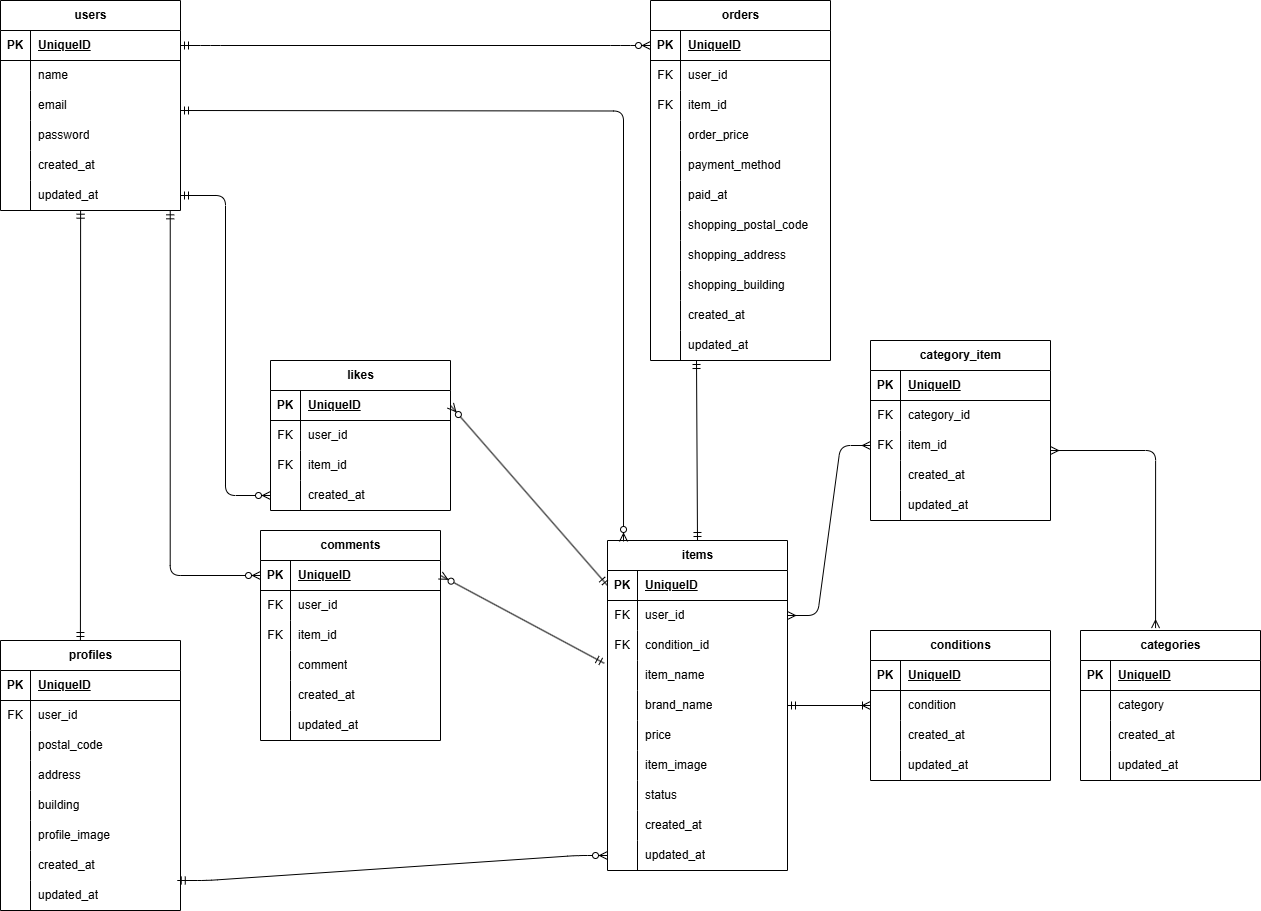
Earlier version of the draw.io export flea.drawio.png (kenta-10043/coachtech-flea). Source tidied: cells renumbered, new cells last; positions are measured from the earlier drawing's top-left corner, leaving out a move shared by most shapes.
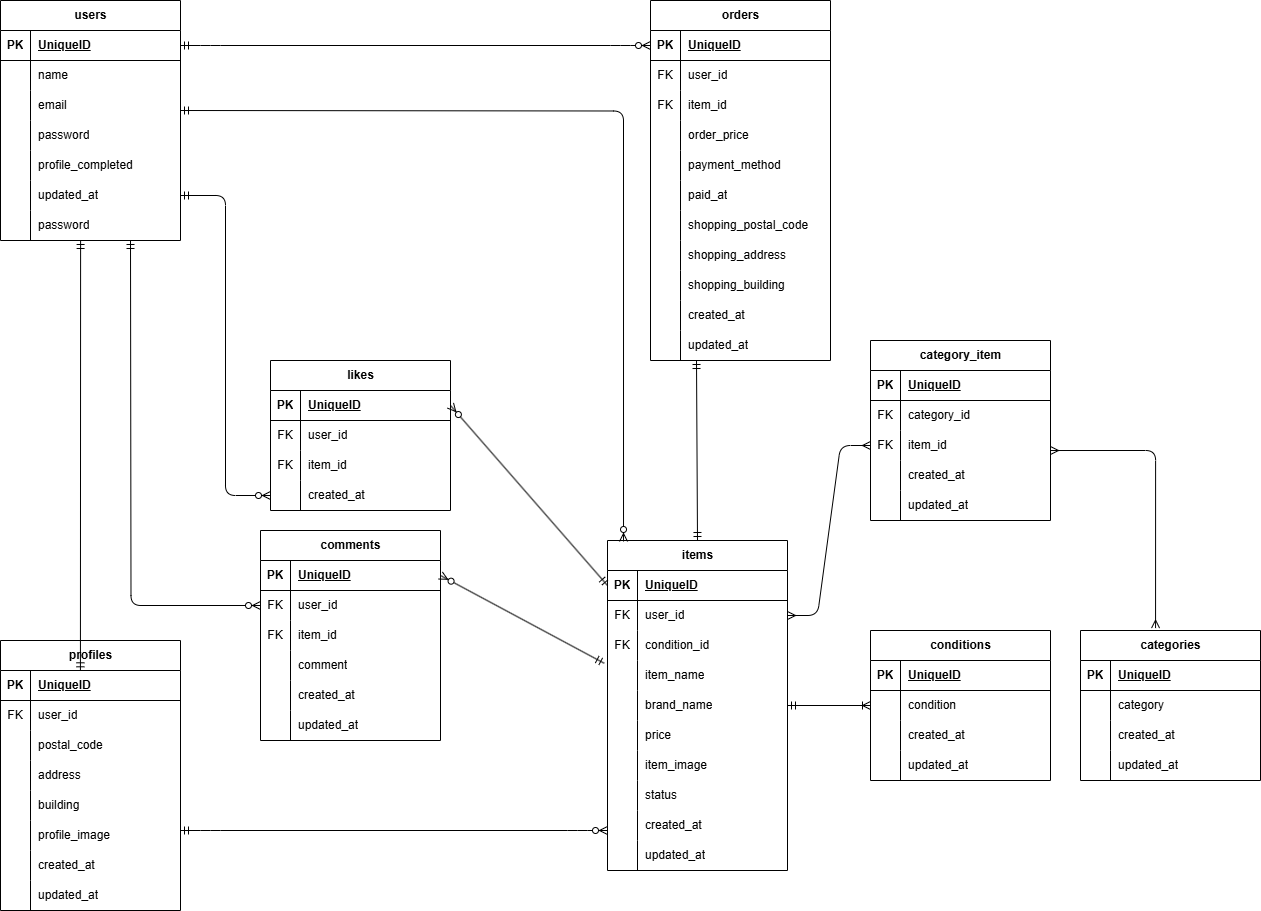
The same diagram one commit later.

The edit, as a diff of the source:
```diff
@@ -3,7 +3,7 @@
     <mxCell id="0" />
     <mxCell id="1" parent="0" />
     <mxCell id="2" value="users" style="shape=table;startSize=30;rowLines=0;fontStyle=1;align=center;html=1;" parent="1" vertex="1">
-      <mxGeometry width="180" height="210" as="geometry" />
+      <mxGeometry width="180" height="240" as="geometry" />
     </mxCell>
     <mxCell id="3" style="shape=tableRow;horizontal=0;startSize=0;swimlaneHead=0;swimlaneBody=0;fillColor=none;points=[[0,0.5],[1,0.5]];portConstraint=eastwest;top=0;left=0;right=0;bottom=1;" parent="2" vertex="1">
       <mxGeometry y="30" width="180" height="30" as="geometry" />
@@ -47,7 +47,7 @@
     <mxCell id="16" style="shape=partialRectangle;fillColor=none;top=0;left=0;bottom=0;right=0;overflow=hidden;whiteSpace=wrap;html=1;" parent="15" vertex="1">
       <mxGeometry width="30" height="30" as="geometry" />
     </mxCell>
-    <mxCell id="17" value="created_at" style="shape=partialRectangle;fillColor=none;top=0;left=0;bottom=0;right=0;align=left;spacingLeft=6;overflow=hidden;whiteSpace=wrap;html=1;" parent="15" vertex="1">
+    <mxCell id="17" value="profile_completed" style="shape=partialRectangle;fillColor=none;top=0;left=0;bottom=0;right=0;align=left;spacingLeft=6;overflow=hidden;whiteSpace=wrap;html=1;" parent="15" vertex="1">
       <mxGeometry x="30" width="150" height="30" as="geometry" />
     </mxCell>
     <mxCell id="18" style="shape=tableRow;horizontal=0;startSize=0;swimlaneHead=0;swimlaneBody=0;fillColor=none;points=[[0,0.5],[1,0.5]];portConstraint=eastwest;top=0;left=0;right=0;bottom=0;" parent="2" vertex="1">
@@ -59,6 +59,15 @@
     <mxCell id="20" value="updated_at" style="shape=partialRectangle;fillColor=none;top=0;left=0;bottom=0;right=0;align=left;spacingLeft=6;overflow=hidden;whiteSpace=wrap;html=1;" parent="18" vertex="1">
       <mxGeometry x="30" width="150" height="30" as="geometry" />
     </mxCell>
+    <mxCell id="197" style="shape=tableRow;horizontal=0;startSize=0;swimlaneHead=0;swimlaneBody=0;fillColor=none;top=0;left=0;right=0;bottom=0;" parent="2" vertex="1">
+      <mxGeometry y="210" width="180" height="30" as="geometry" />
+    </mxCell>
+    <mxCell id="198" style="shape=partialRectangle;fillColor=none;top=0;left=0;bottom=0;right=0;overflow=hidden;whiteSpace=wrap;html=1;" parent="197" vertex="1">
+      <mxGeometry width="30" height="30" as="geometry" />
+    </mxCell>
+    <mxCell id="199" value="password" style="shape=partialRectangle;fillColor=none;top=0;left=0;bottom=0;right=0;align=left;spacingLeft=6;overflow=hidden;whiteSpace=wrap;html=1;" parent="197" vertex="1">
+      <mxGeometry x="30" width="150" height="30" as="geometry" />
+    </mxCell>
     <mxCell id="21" value="orders" style="shape=table;startSize=30;rowLines=0;fontStyle=1;align=center;html=1;" parent="1" vertex="1">
       <mxGeometry x="650" width="180" height="360" as="geometry" />
     </mxCell>
@@ -410,8 +419,11 @@
     <mxCell id="137" value="&lt;span style=&quot;color: rgb(0, 0, 0);&quot;&gt;updated_at&lt;/span&gt;" style="shape=partialRectangle;fillColor=none;top=0;left=0;bottom=0;right=0;align=left;spacingLeft=6;overflow=hidden;whiteSpace=wrap;html=1;" parent="135" vertex="1">
       <mxGeometry x="30" width="150" height="30" as="geometry" />
     </mxCell>
-    <mxCell id="138" style="fontSize=12;html=1;endArrow=ERmandOne;startArrow=ERmandOne;exitX=0.444;exitY=0;exitDx=0;exitDy=0;exitPerimeter=0;entryX=0.445;entryY=0.99;entryDx=0;entryDy=0;entryPerimeter=0;" parent="1" edge="1" source="55" target="18">
-      <mxGeometry relative="1" as="geometry" />
+    <mxCell id="138" style="fontSize=12;html=1;endArrow=ERmandOne;startArrow=ERmandOne;exitX=0.444;exitY=0;exitDx=0;exitDy=0;exitPerimeter=0;entryX=0.445;entryY=0.99;entryDx=0;entryDy=0;entryPerimeter=0;" parent="1" edge="1">
+      <mxGeometry relative="1" as="geometry">
+        <mxPoint x="79.9" y="670.3" as="sourcePoint" />
+        <mxPoint x="80.1" y="240" as="targetPoint" />
+      </mxGeometry>
     </mxCell>
     <mxCell id="139" style="edgeStyle=entityRelationEdgeStyle;fontSize=12;html=1;endArrow=ERzeroToMany;startArrow=ERmandOne;entryX=0;entryY=0.5;entryDx=0;entryDy=0;exitX=1;exitY=0.5;exitDx=0;exitDy=0;" parent="1" edge="1" source="3" target="22">
       <mxGeometry relative="1" as="geometry">
@@ -420,15 +432,19 @@
         </Array>
       </mxGeometry>
     </mxCell>
-    <mxCell id="140" style="edgeStyle=entityRelationEdgeStyle;fontSize=12;html=1;endArrow=ERzeroToMany;startArrow=ERmandOne;entryX=0;entryY=0.5;entryDx=0;entryDy=0;exitX=0.982;exitY=0;exitDx=0;exitDy=0;exitPerimeter=0;" parent="1" edge="1" target="188">
+    <mxCell id="140" style="edgeStyle=entityRelationEdgeStyle;fontSize=12;html=1;endArrow=ERzeroToMany;startArrow=ERmandOne;entryX=0;entryY=0.5;entryDx=0;entryDy=0;" parent="1" edge="1">
       <mxGeometry relative="1" as="geometry">
-        <mxPoint x="176.8" y="880" as="sourcePoint" />
+        <mxPoint x="180" y="830" as="sourcePoint" />
+        <mxPoint x="607" y="830" as="targetPoint" />
         <Array as="points">
-          <mxPoint x="220" y="990" />
-          <mxPoint x="207" y="990" />
-          <mxPoint x="607" y="930" />
-          <mxPoint x="215.3" y="856.4" />
-          <mxPoint x="355.3" y="876.4" />
+          <mxPoint x="260" y="830" />
+          <mxPoint x="230" y="830" />
+          <mxPoint x="230" y="845" />
+          <mxPoint x="220" y="965" />
+          <mxPoint x="207" y="965" />
+          <mxPoint x="607" y="905" />
+          <mxPoint x="215.3" y="831.4" />
+          <mxPoint x="355.3" y="851.4" />
         </Array>
       </mxGeometry>
     </mxCell>
@@ -587,8 +603,10 @@
     <mxCell id="191" style="edgeStyle=orthogonalEdgeStyle;fontSize=12;html=1;endArrow=ERzeroToMany;startArrow=ERmandOne;exitX=1;exitY=0.5;exitDx=0;exitDy=0;entryX=0;entryY=0.5;entryDx=0;entryDy=0;" parent="1" edge="1" source="18" target="116">
       <mxGeometry relative="1" as="geometry" />
     </mxCell>
-    <mxCell id="192" style="edgeStyle=orthogonalEdgeStyle;fontSize=12;html=1;endArrow=ERzeroToMany;startArrow=ERmandOne;exitX=0.943;exitY=1.011;exitDx=0;exitDy=0;entryX=0;entryY=0.5;entryDx=0;entryDy=0;exitPerimeter=0;" parent="1" edge="1" source="18" target="120">
-      <mxGeometry relative="1" as="geometry" />
+    <mxCell id="192" style="edgeStyle=orthogonalEdgeStyle;fontSize=12;html=1;endArrow=ERzeroToMany;startArrow=ERmandOne;exitX=0.767;exitY=0.973;exitDx=0;exitDy=0;exitPerimeter=0;" parent="1" edge="1" target="123">
+      <mxGeometry relative="1" as="geometry">
+        <mxPoint x="130" y="240" as="sourcePoint" />
+      </mxGeometry>
     </mxCell>
     <mxCell id="193" style="edgeStyle=orthogonalEdgeStyle;fontSize=12;html=1;endArrow=ERzeroToMany;startArrow=ERmandOne;exitX=1;exitY=0.5;exitDx=0;exitDy=0;entryX=0.089;entryY=0.003;entryDx=0;entryDy=0;entryPerimeter=0;" parent="1" edge="1" target="160">
       <mxGeometry relative="1" as="geometry">
```
